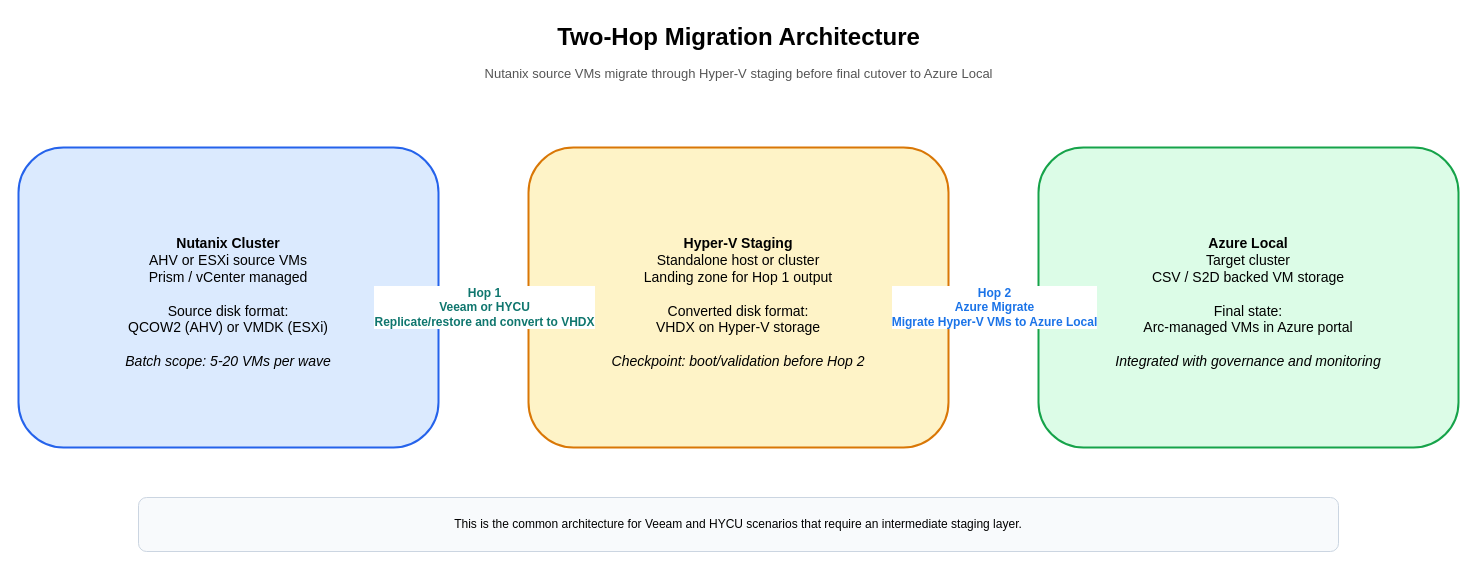
Above: docs/assets/diagrams/migration-diagrams-common-two-hop-detailed.drawio in AzureLocal/azurelocal-nutanix-migration (draw.io), before the change. Source tidied: cells renumbered, new cells numbered last; positions are measured from the earlier drawing's top-left corner, leaving out a move shared by most shapes. Both pictures are drawn from the tidied source at 100%, with x=0, y=0 at pixel (18, 17).
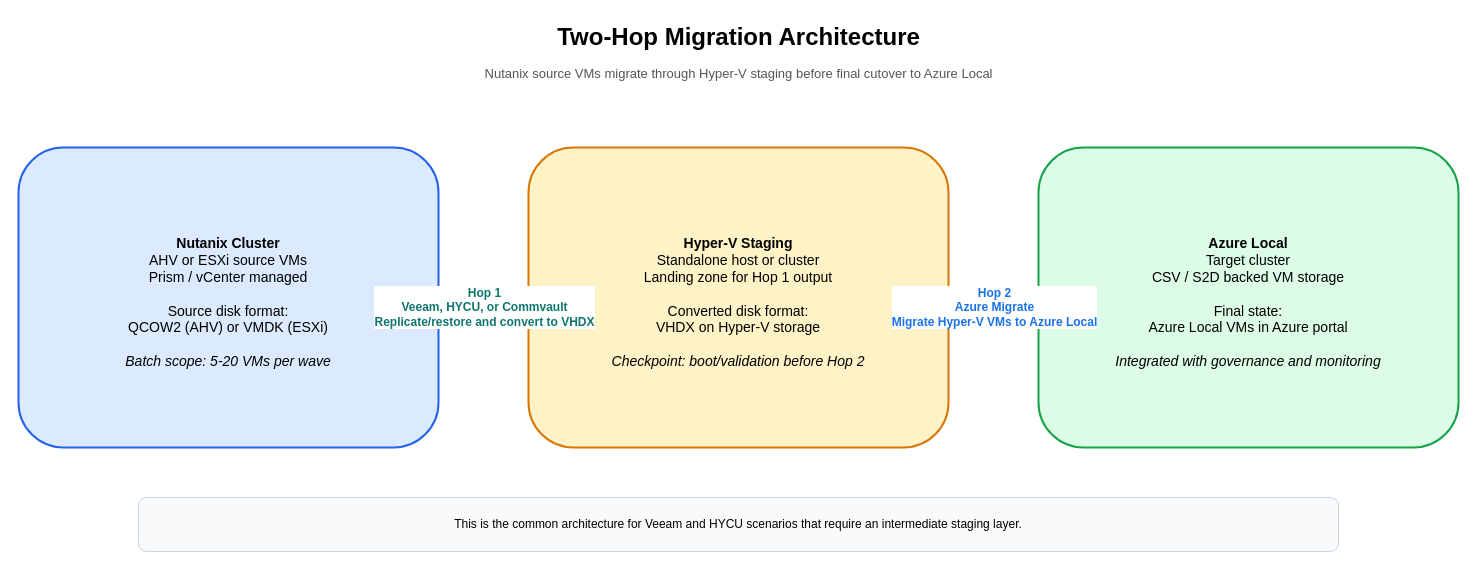
The same page after the edit.

The edit, as a diff of the source:
```diff
@@
 <mxGraphModel>
   <root>
     <mxCell id="0" />
     <mxCell id="1" parent="0" />
     <mxCell id="2" value="&lt;b&gt;Two-Hop Migration Architecture&lt;/b&gt;" style="text;html=1;fontSize=24;fontFamily=Arial;align=center;verticalAlign=middle;" parent="1" vertex="1">
       <mxGeometry x="320" width="800" height="40" as="geometry" />
     </mxCell>
     <mxCell id="3" value="Nutanix source VMs migrate through Hyper-V staging before final cutover to Azure Local" style="text;html=1;fontSize=13;fontFamily=Arial;align=center;fontColor=#555555;" parent="1" vertex="1">
       <mxGeometry x="220" y="42" width="1000" height="24" as="geometry" />
     </mxCell>
     <mxCell id="4" value="&lt;b&gt;Nutanix Cluster&lt;/b&gt;&lt;br&gt;AHV or ESXi source VMs&lt;br&gt;Prism / vCenter managed&lt;br&gt;&lt;br&gt;Source disk format:&lt;br&gt;QCOW2 (AHV) or VMDK (ESXi)&lt;br&gt;&lt;br&gt;&lt;i&gt;Batch scope: 5-20 VMs per wave&lt;/i&gt;" style="rounded=1;whiteSpace=wrap;html=1;fillColor=#dbeafe;strokeColor=#2563eb;strokeWidth=2;fontSize=14;align=center;verticalAlign=middle;spacingTop=10;" parent="1" vertex="1">
       <mxGeometry y="130" width="420" height="300" as="geometry" />
     </mxCell>
     <mxCell id="5" value="&lt;b&gt;Hyper-V Staging&lt;/b&gt;&lt;br&gt;Standalone host or cluster&lt;br&gt;Landing zone for Hop 1 output&lt;br&gt;&lt;br&gt;Converted disk format:&lt;br&gt;VHDX on Hyper-V storage&lt;br&gt;&lt;br&gt;&lt;i&gt;Checkpoint: boot/validation before Hop 2&lt;/i&gt;" style="rounded=1;whiteSpace=wrap;html=1;fillColor=#fef3c7;strokeColor=#d97706;strokeWidth=2;fontSize=14;align=center;verticalAlign=middle;spacingTop=10;" parent="1" vertex="1">
       <mxGeometry x="510" y="130" width="420" height="300" as="geometry" />
     </mxCell>
-    <mxCell id="6" value="&lt;b&gt;Azure Local&lt;/b&gt;&lt;br&gt;Target cluster&lt;br&gt;CSV / S2D backed VM storage&lt;br&gt;&lt;br&gt;Final state:&lt;br&gt;Arc-managed VMs in Azure portal&lt;br&gt;&lt;br&gt;&lt;i&gt;Integrated with governance and monitoring&lt;/i&gt;" style="rounded=1;whiteSpace=wrap;html=1;fillColor=#dcfce7;strokeColor=#16a34a;strokeWidth=2;fontSize=14;align=center;verticalAlign=middle;spacingTop=10;" parent="1" vertex="1">
+    <mxCell id="6" value="&lt;b&gt;Azure Local&lt;/b&gt;&lt;br&gt;Target cluster&lt;br&gt;CSV / S2D backed VM storage&lt;br&gt;&lt;br&gt;Final state:&lt;br&gt;Azure Local VMs in Azure portal&lt;br&gt;&lt;br&gt;&lt;i&gt;Integrated with governance and monitoring&lt;/i&gt;" style="rounded=1;whiteSpace=wrap;html=1;fillColor=#dcfce7;strokeColor=#16a34a;strokeWidth=2;fontSize=14;align=center;verticalAlign=middle;spacingTop=10;" parent="1" vertex="1">
       <mxGeometry x="1020" y="130" width="420" height="300" as="geometry" />
     </mxCell>
     <mxCell id="7" style="endArrow=block;endFill=1;strokeWidth=4;strokeColor=#0f766e;" parent="1" edge="1" source="4" target="5">
       <mxGeometry relative="1" as="geometry" />
     </mxCell>
-    <mxCell id="8" value="&lt;b&gt;Hop 1&lt;/b&gt;&lt;br&gt;Veeam or HYCU&lt;br&gt;Replicate/restore and convert to VHDX" style="edgeLabel;html=1;fontSize=12;fontColor=#0f766e;align=center;fontStyle=1;" parent="7" vertex="1">
+    <mxCell id="8" value="&lt;b&gt;Hop 1&lt;/b&gt;&lt;br&gt;Veeam, HYCU, or Commvault&lt;br&gt;Replicate/restore and convert to VHDX" style="edgeLabel;html=1;fontSize=12;fontColor=#0f766e;align=center;fontStyle=1;" parent="7" vertex="1">
       <mxGeometry relative="1" as="geometry">
         <mxPoint y="-18" as="offset" />
       </mxGeometry>
     </mxCell>
     <mxCell id="9" style="endArrow=block;endFill=1;strokeWidth=4;strokeColor=#1a73e8;" parent="1" edge="1" source="5" target="6">
       <mxGeometry relative="1" as="geometry" />
     </mxCell>
     <mxCell id="10" value="&lt;b&gt;Hop 2&lt;/b&gt;&lt;br&gt;Azure Migrate&lt;br&gt;Migrate Hyper-V VMs to Azure Local" style="edgeLabel;html=1;fontSize=12;fontColor=#1a73e8;align=center;fontStyle=1;" parent="9" vertex="1">
       <mxGeometry relative="1" as="geometry">
         <mxPoint y="-18" as="offset" />
       </mxGeometry>
     </mxCell>
     <mxCell id="11" value="This is the common architecture for Veeam and HYCU scenarios that require an intermediate staging layer." style="rounded=1;whiteSpace=wrap;html=1;fillColor=#f8fafc;strokeColor=#cbd5e1;strokeWidth=1;fontSize=12;align=center;verticalAlign=middle;" parent="1" vertex="1">
       <mxGeometry x="120" y="480" width="1200" height="54" as="geometry" />
     </mxCell>
   </root>
 </mxGraphModel>
```
